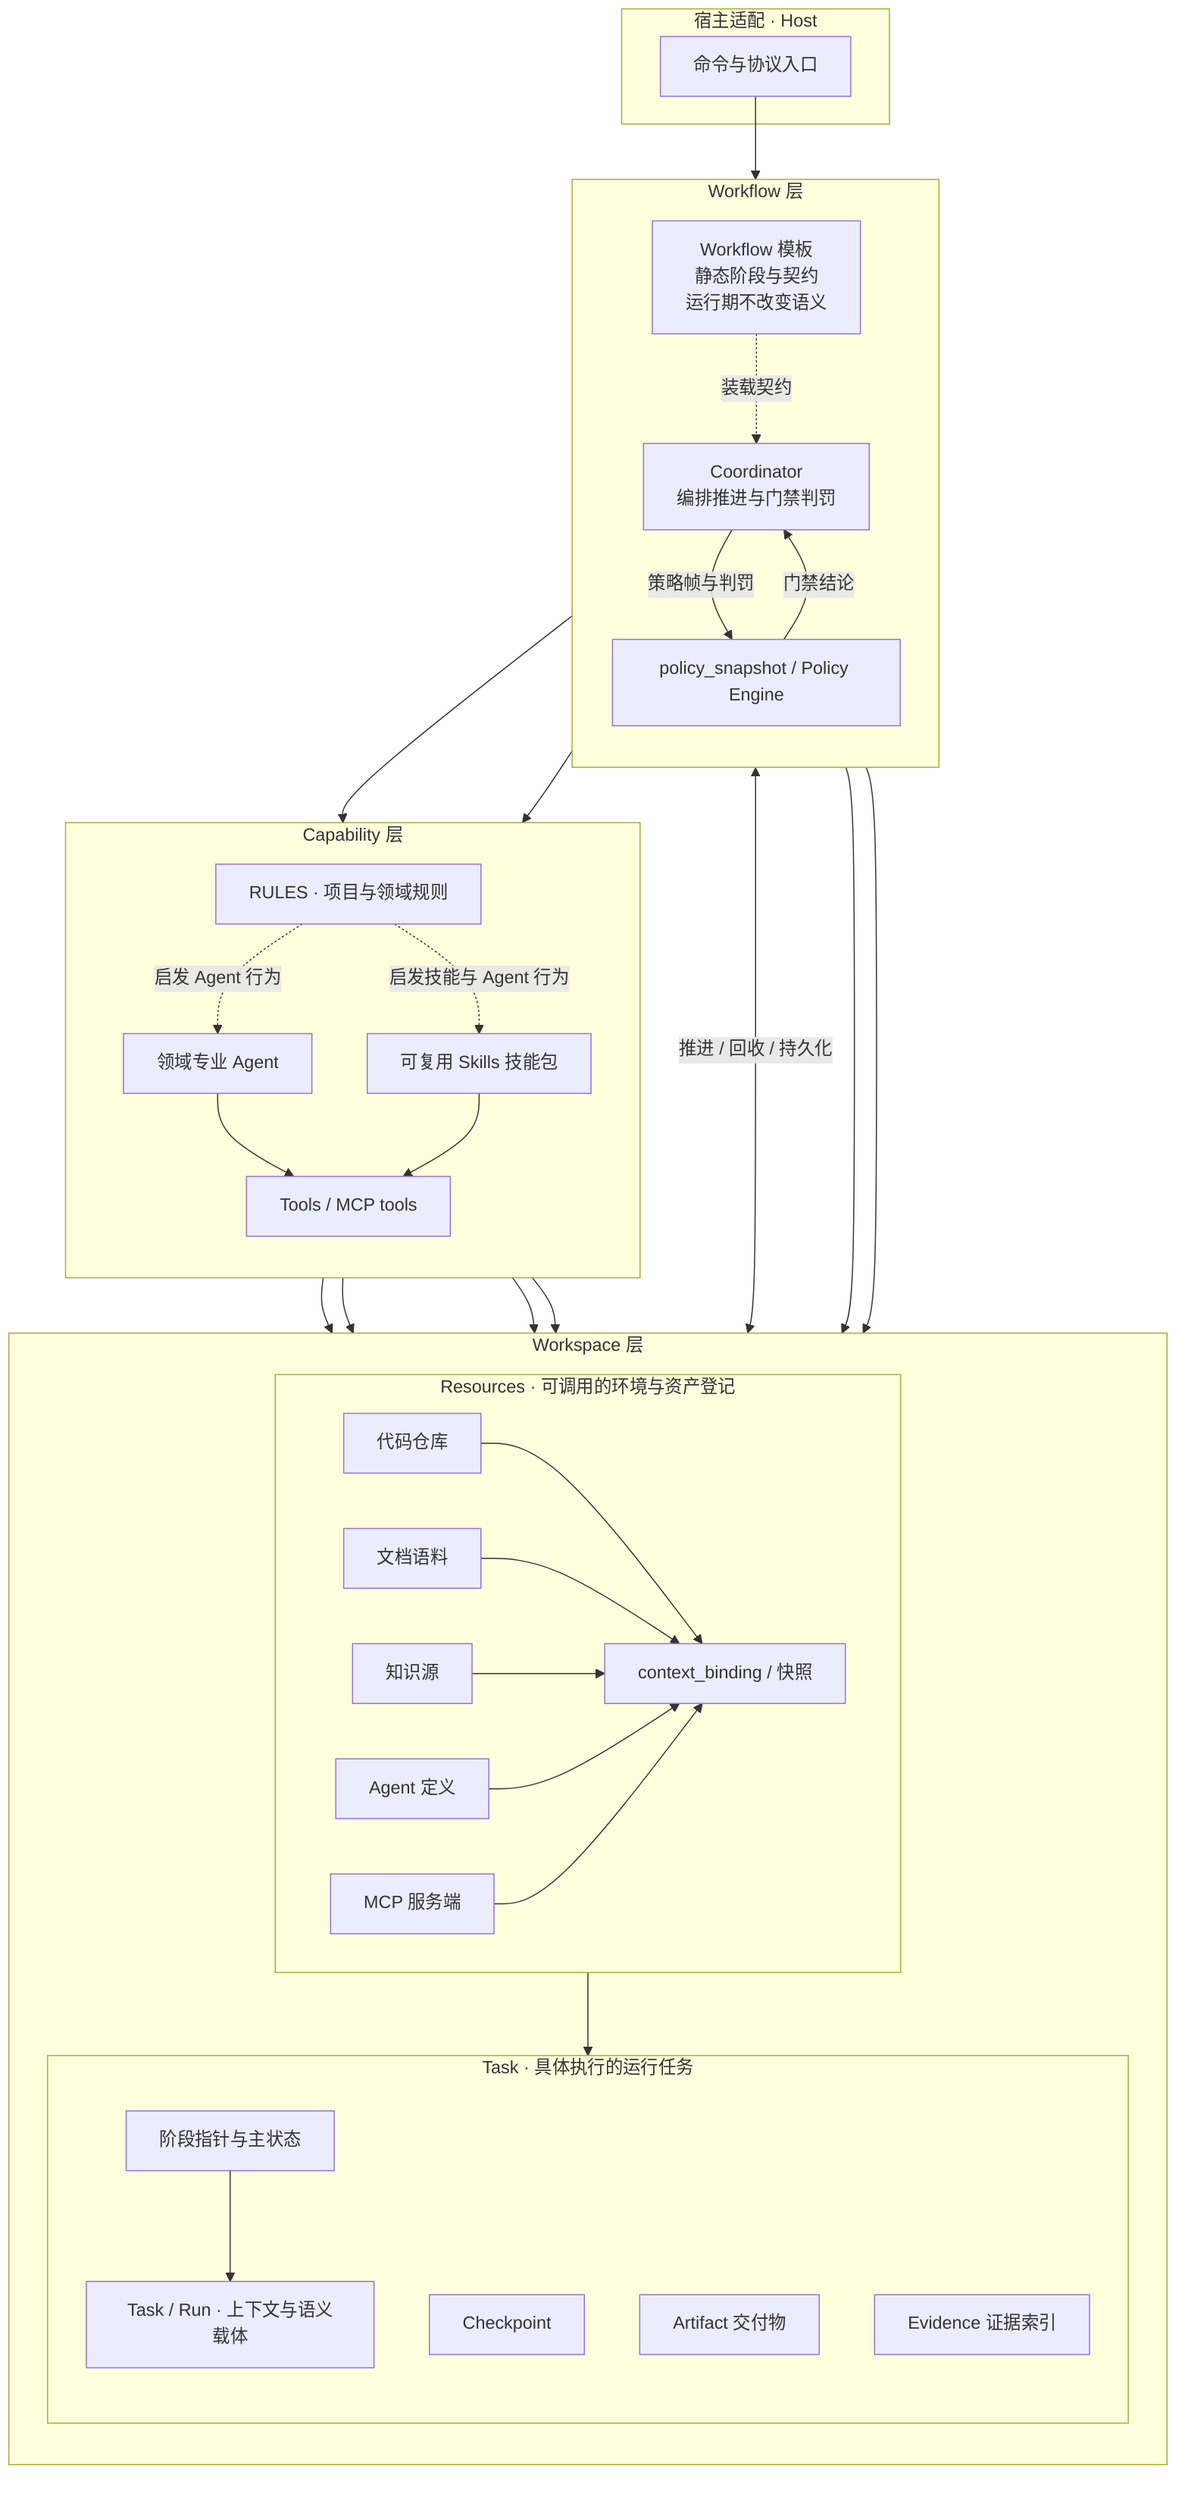
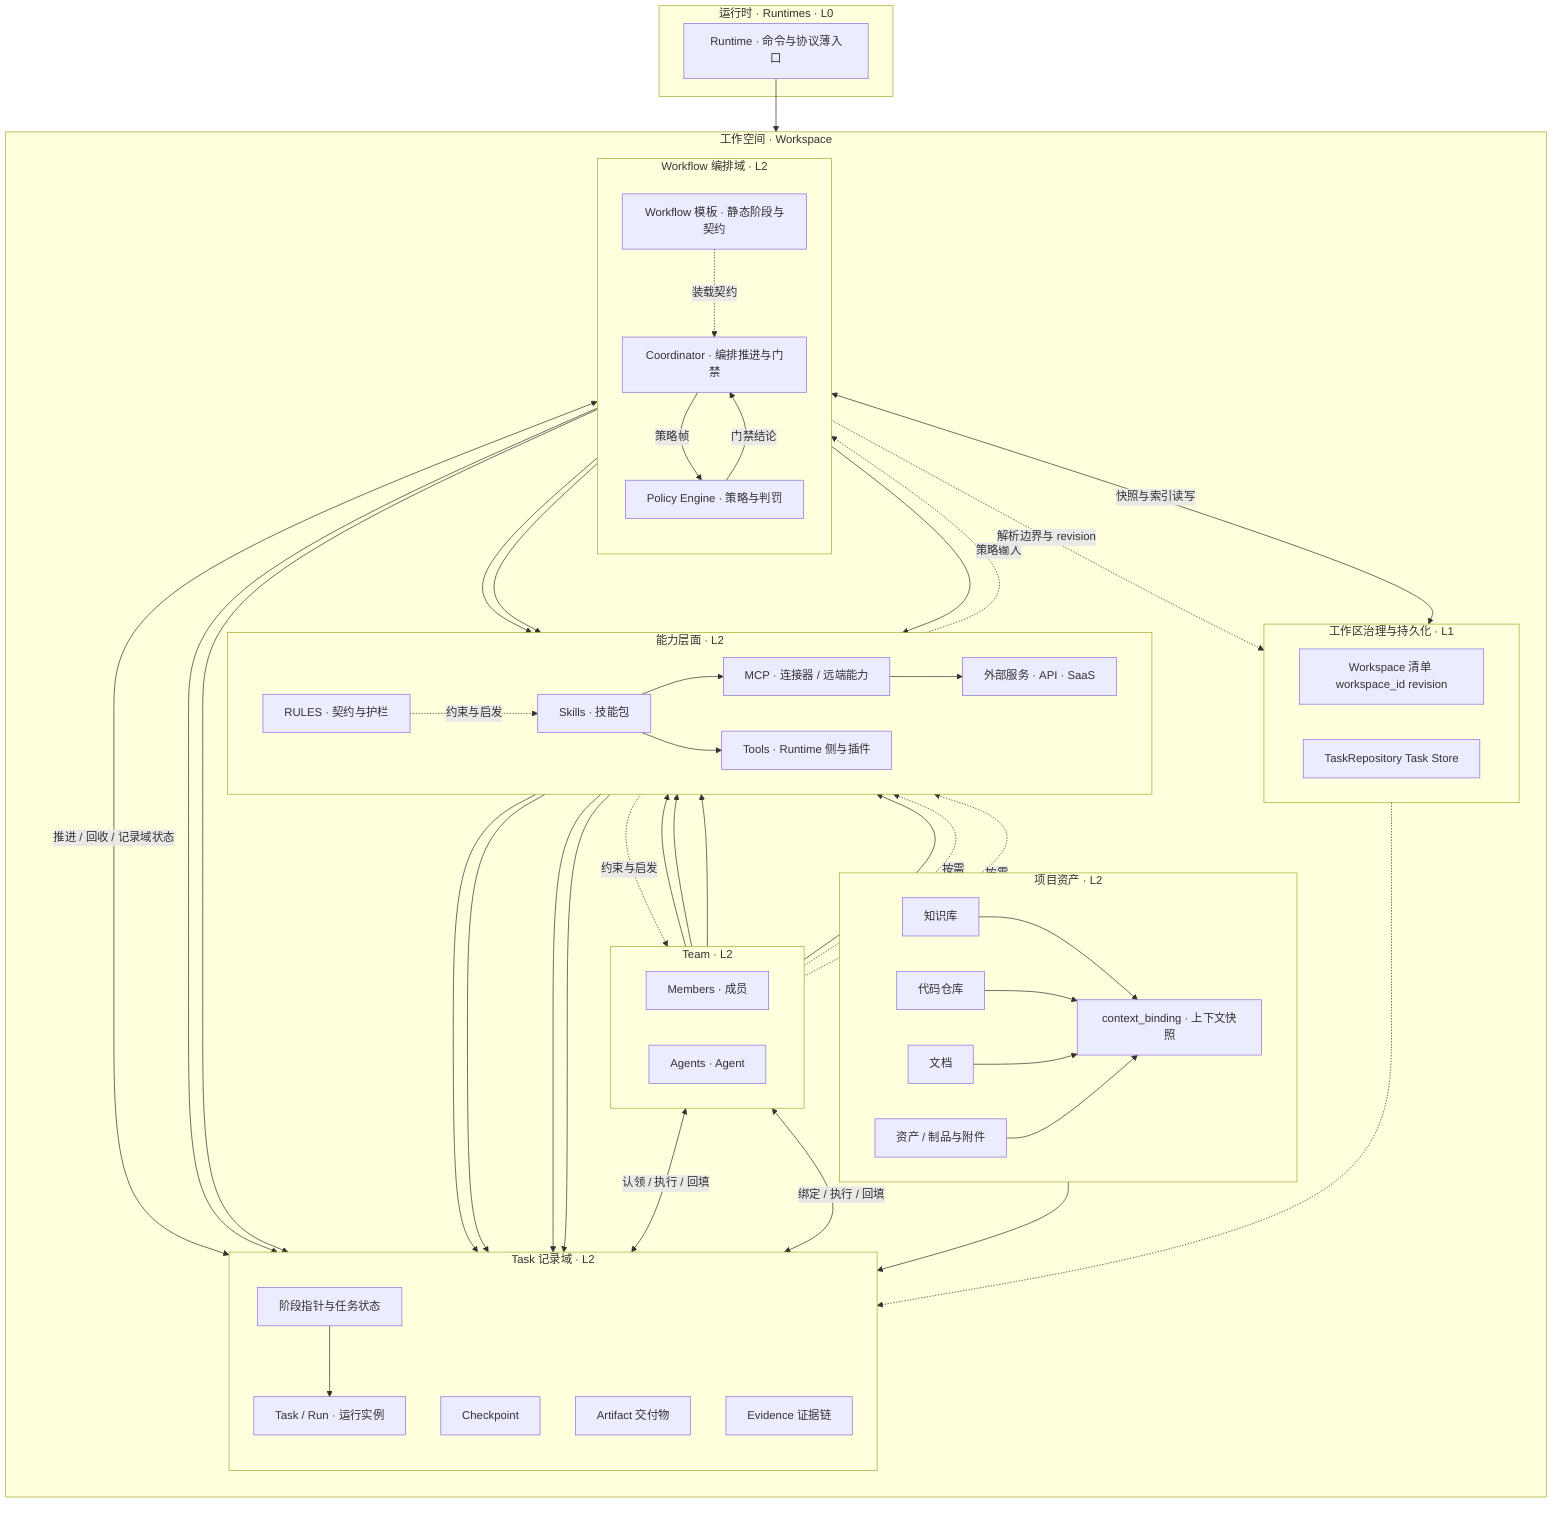
flowchart TB
-   subgraph HOST [宿主适配 · Host]
-     HA[命令与协议入口]
+   subgraph RUNTIME [运行时 · Runtimes · L0]
+     RT[Runtime · 命令与协议薄入口]
  end

-   subgraph WS [Workspace 层]
+   subgraph PROJ [工作空间 · Workspace]
    direction TB

-     subgraph RES [Resources · 可调用的环境与资产登记]
+     subgraph WSHELL [工作区治理与持久化 · L1]
      direction LR
-       REPO[代码仓库]
-       CORP[文档语料]
-       KNOW[知识源]
-       AGDEF[Agent 定义]
-       MCPREG[MCP 服务端]
-       BIND[context_binding / 快照]
+       WSM[Workspace 清单 workspace_id revision]
+       TSR[TaskRepository Task Store]
    end

-     subgraph TSKBLK [Task · 具体执行的运行任务]
+     subgraph ASSETS [项目资产 · L2]
+       direction LR
+       KNOW[知识库]
+       REPO[代码仓库]
+       DOCS[文档]
+       ASST[资产 / 制品与附件]
+       BIND[context_binding · 上下文快照]
+     end
+ 
+     subgraph TEAM [Team · L2]
+       direction LR
+       MEM[Members · 成员]
+       AGA[Agents · Agent]
+     end
+ 
+     subgraph CAP [能力层面 · L2]
+       direction LR
+       SKILLS[Skills · 技能包]
+       MCP[MCP · 连接器 / 远端能力]
+       TOOLS[Tools · Runtime 侧与插件]
+       EXT[外部服务 · API · SaaS]
+       RULEZ[RULES · 契约与护栏]
+     end
+ 
+     subgraph TASK [Task 记录域 · L2]
      direction TB
-       TR["Task / Run · 上下文与语义载体"]
-       PTR[阶段指针与主状态]
+       TR[Task / Run · 运行实例]
+       PTR[阶段指针与任务状态]
      CP[Checkpoint]
      ART[Artifact 交付物]
-       EVD[Evidence 证据索引]
+       EVD[Evidence 证据链]
+     end
+ 
+     subgraph WF [Workflow 编排域 · L2]
+       direction TB
+       TMPL[Workflow 模板 · 静态阶段与契约]
+       COOR[Coordinator · 编排推进与门禁]
+       POL[Policy Engine · 策略与判罚]
    end
  end

-   subgraph WF [Workflow 层]
-     direction TB
-     TMPL["Workflow 模板<br/>静态阶段与契约<br/>运行期不改变语义"]
-     COOR[Coordinator<br/>编排推进与门禁判罚]
-     POL[policy_snapshot / Policy Engine]
-   end
+   RT --> COOR

-   subgraph CAP [Capability 层]
-     direction TB
-     AGNT[领域专业 Agent]
-     SKPK[可复用 Skills 技能包]
-     RULEZ[RULES · 项目与领域规则]
-     TLS[Tools / MCP tools]
-   end
+   COOR -.->|解析边界与 revision| WSM
+   COOR <-->|快照与索引读写| TSR
+   TSR -.-> TR

-   HA --> COOR
- 
+   KNOW --> BIND
  REPO --> BIND
-   CORP --> BIND
-   KNOW --> BIND
-   AGDEF --> BIND
-   MCPREG --> BIND
+   DOCS --> BIND
+   ASST --> BIND
  BIND --> TR

+   MEM <-->|认领 / 执行 / 回填| TR
+   AGA <-->|绑定 / 执行 / 回填| TR
  PTR --> TR

  TMPL -.->|装载契约| COOR
-   COOR -->|策略帧与判罚| POL
+   COOR -->|策略帧| POL
  POL -->|门禁结论| COOR
-   COOR <-->|推进 / 回收 / 持久化| TR
- 
+   COOR <-->|推进 / 回收 / 记录域状态| TR
  COOR --> CP
  COOR --> EVD

-   COOR --> AGNT
-   COOR --> SKPK
-   RULEZ -.->|启发技能与 Agent 行为| SKPK
-   RULEZ -.->|启发 Agent 行为| AGNT
+   COOR --> SKILLS
+   COOR --> MCP
+   COOR --> TOOLS
+   AGA --> SKILLS
+   AGA --> MCP
+   AGA --> TOOLS
+   AGA --> EXT
+   MEM -.->|按需| TOOLS
+   MEM -.->|按需| EXT

-   AGNT --> TLS
-   SKPK --> TLS
-   AGNT --> ART
-   SKPK --> ART
-   AGNT --> EVD
-   SKPK --> EVD
+   MCP --> EXT
+   SKILLS --> MCP
+   SKILLS --> TOOLS
+ 
+   RULEZ -.->|约束与启发| SKILLS
+   RULEZ -.->|约束与启发| AGA
+   RULEZ -.->|策略输入| POL
+ 
+   SKILLS --> ART
+   SKILLS --> EVD
+   TOOLS --> ART
+   MCP --> EVD
